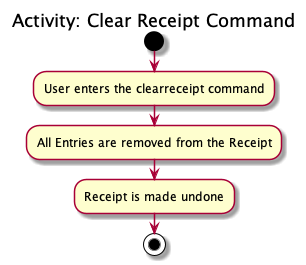
The PlantUML diagram images/ExpenseSplitterClearReceiptCommandActivityDiagram.png in AY1920S2-CS2103T-W13-1/main, before a commit.
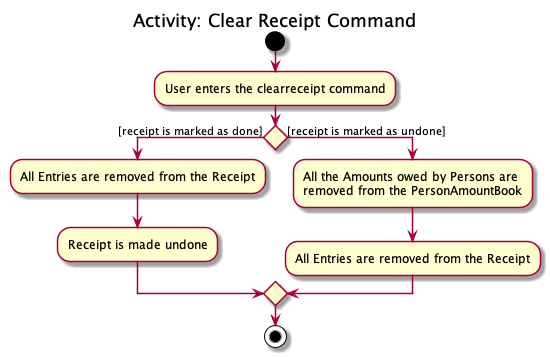
The same diagram one commit later.

What changed in the source:
```diff
@@ -4,9 +4,16 @@
 start
 :User enters the clearreceipt command;
 
-:All Entries are removed from the Receipt;
+if () then ([receipt is marked as done])
+    :All Entries are removed from the Receipt;
 
-:Receipt is made undone;
+    :Receipt is made undone;
+else ([receipt is marked as undone])
+    :All the Amounts owed by Persons are
+    removed from the PersonAmountBook;
+
+    :All Entries are removed from the Receipt;
+endif
 
 stop
 @enduml
```
